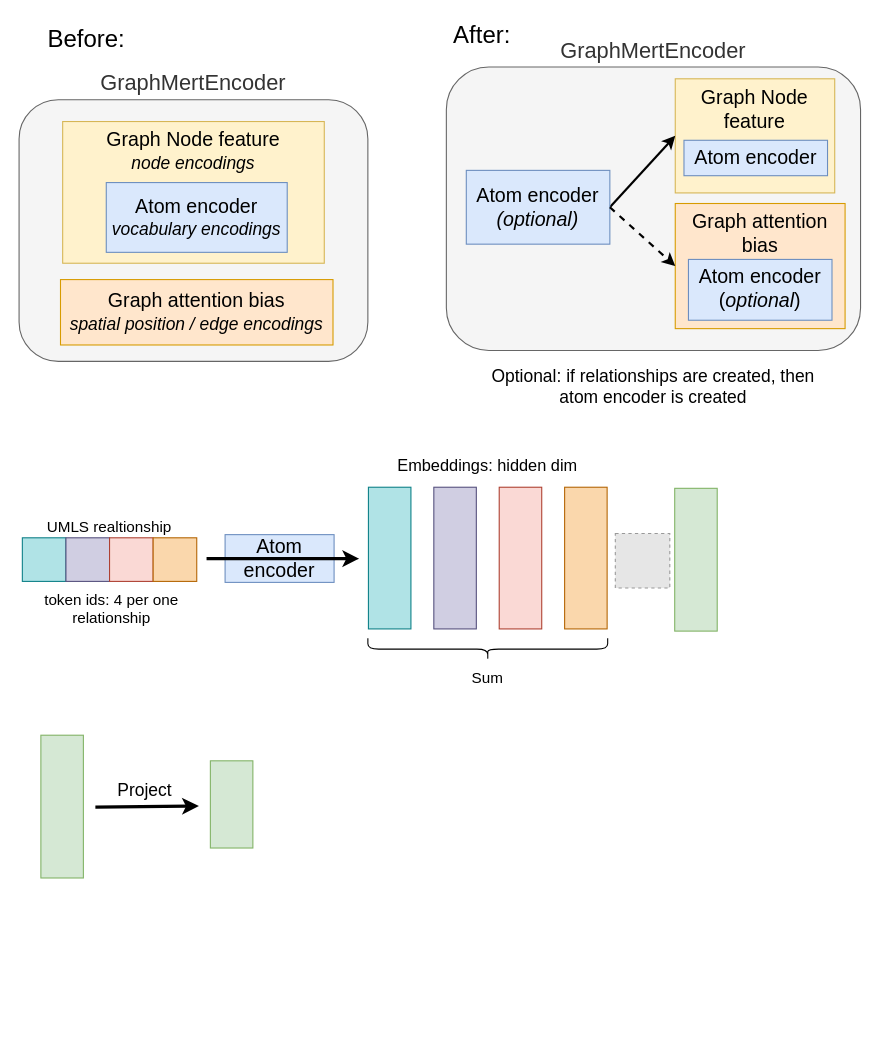
across-stars/draw.io keeps this draw.io diagram as page "Page-1" (1 of 2) of presentations/Untitled Diagram.drawio. Above is the earlier version. Source tidied: cells renumbered, new cells numbered last; positions are measured from the earlier drawing's top-left corner, leaving out a move shared by most shapes. Both pictures are drawn from the tidied source at 109%, with x=0, y=0 at pixel (-10, 19). Pictures stored in the file or linked from it are replaced by grey dashed boxes.
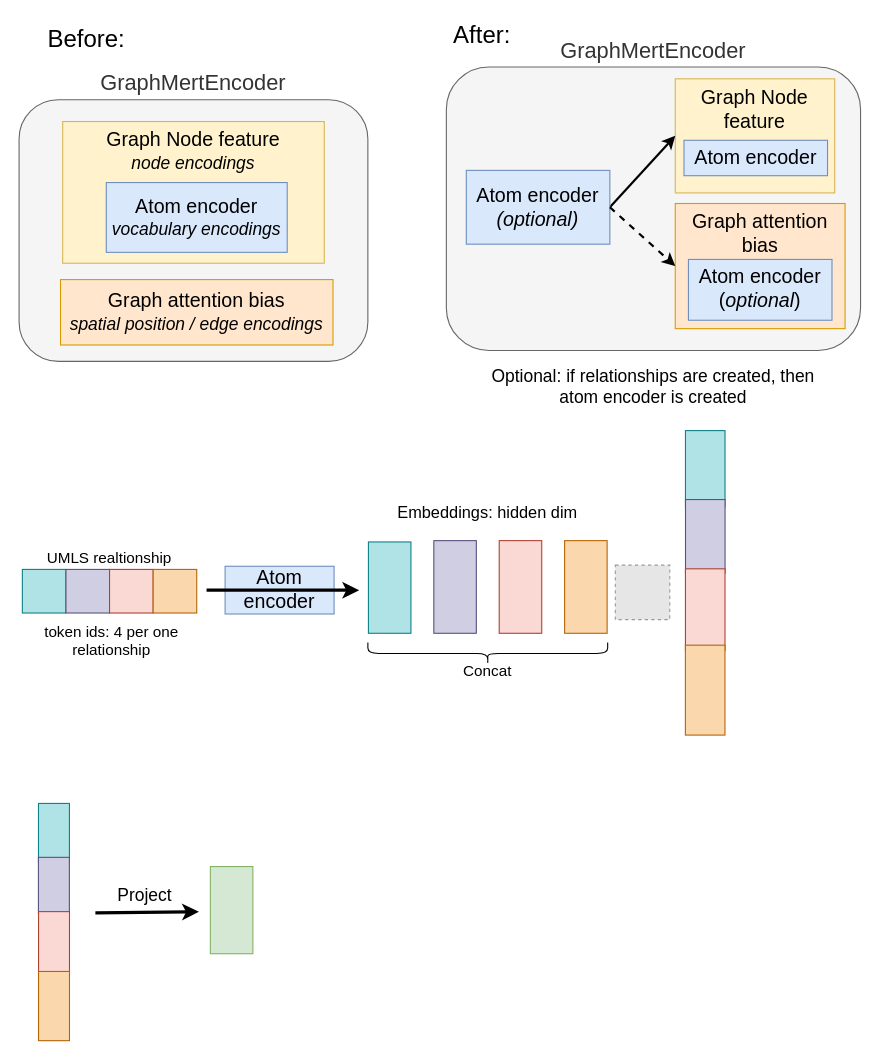
After the change.

The edit, as a diff of the source:
```diff
@@
     <mxCell id="17" style="rounded=0;whiteSpace=wrap;html=1;rotation=-90;fillColor=#b0e3e6;strokeColor=#0e8088;" parent="1" vertex="1">
-      <mxGeometry x="301" y="475" width="130" height="39" as="geometry" />
+      <mxGeometry x="324.1" y="502.1" width="83.8" height="39" as="geometry" />
     </mxCell>
     <mxCell id="18" style="rounded=0;whiteSpace=wrap;html=1;rotation=-90;fillColor=#d0cee2;strokeColor=#56517e;" parent="1" vertex="1">
-      <mxGeometry x="361" y="475" width="130" height="39" as="geometry" />
+      <mxGeometry x="383.5" y="501.5" width="85" height="39" as="geometry" />
     </mxCell>
     <mxCell id="19" style="rounded=0;whiteSpace=wrap;html=1;rotation=-90;fillColor=#fad9d5;strokeColor=#ae4132;" parent="1" vertex="1">
-      <mxGeometry x="421" y="475" width="130" height="39" as="geometry" />
+      <mxGeometry x="443.5" y="501.5" width="85" height="39" as="geometry" />
     </mxCell>
     <mxCell id="20" style="rounded=0;whiteSpace=wrap;html=1;rotation=-90;fillColor=#fad7ac;strokeColor=#b46504;" parent="1" vertex="1">
-      <mxGeometry x="481" y="475" width="130" height="39" as="geometry" />
+      <mxGeometry x="503.5" y="501.5" width="85" height="39" as="geometry" />
     </mxCell>
     <mxCell id="21" value="&lt;font style=&quot;font-size: 18px;&quot;&gt;Atom encoder&lt;/font&gt;" style="rounded=0;whiteSpace=wrap;html=1;fillColor=#dae8fc;strokeColor=#6c8ebf;" parent="1" vertex="1">
-      <mxGeometry x="215" y="473" width="100" height="43.8" as="geometry" />
+      <mxGeometry x="215" y="502" width="100" height="43.8" as="geometry" />
     </mxCell>
     <mxCell id="22" style="endArrow=classic;html=1;rounded=0;strokeWidth=3;" parent="1" edge="1">
       <mxGeometry relative="1" as="geometry">
-        <mxPoint x="198" y="495" as="sourcePoint" />
-        <mxPoint x="338" y="495" as="targetPoint" />
+        <mxPoint x="198" y="524" as="sourcePoint" />
+        <mxPoint x="338" y="524" as="targetPoint" />
       </mxGeometry>
     </mxCell>
     <mxCell id="23" value="&lt;font style=&quot;font-size: 15px;&quot;&gt;Embeddings: hidden dim&lt;/font&gt;" style="text;html=1;align=center;verticalAlign=middle;whiteSpace=wrap;rounded=0;" parent="1" vertex="1">
-      <mxGeometry x="366" y="394" width="180" height="30" as="geometry" />
+      <mxGeometry x="366" y="437" width="180" height="30" as="geometry" />
     </mxCell>
     <mxCell id="24" style="shape=curlyBracket;whiteSpace=wrap;html=1;rounded=1;labelPosition=center;verticalLabelPosition=bottom;align=center;verticalAlign=top;rotation=-90;" parent="1" vertex="1">
-      <mxGeometry x="446" y="468" width="20" height="220" as="geometry" />
+      <mxGeometry x="446" y="472" width="20" height="220" as="geometry" />
     </mxCell>
-    <mxCell id="25" value="&lt;font style=&quot;font-size: 14px;&quot;&gt;Sum&lt;/font&gt;" style="text;html=1;align=center;verticalAlign=middle;whiteSpace=wrap;rounded=0;" parent="1" vertex="1">
-      <mxGeometry x="426" y="590" width="60" height="30" as="geometry" />
+    <mxCell id="25" value="&lt;font style=&quot;font-size: 14px;&quot;&gt;Concat&lt;/font&gt;" style="text;html=1;align=center;verticalAlign=middle;whiteSpace=wrap;rounded=0;" parent="1" vertex="1">
+      <mxGeometry x="426" y="583" width="60" height="30" as="geometry" />
     </mxCell>
-    <mxCell id="26" style="rounded=0;whiteSpace=wrap;html=1;rotation=-90;fillColor=#d5e8d4;strokeColor=#82b366;" parent="1" vertex="1">
-      <mxGeometry x="581.5" y="476.5" width="131" height="39" as="geometry" />
-    </mxCell>
     <mxCell id="27" style="fillColor=#E6E6E6;strokeColor=#999999;dashed=1;html=1;verticalAlign=top;verticalLabelPosition=bottom;labelBackgroundColor=#ffffff;" parent="1" vertex="1">
-      <mxGeometry x="573" y="472" width="50" height="50" as="geometry" />
+      <mxGeometry x="573" y="501" width="50" height="50" as="geometry" />
     </mxCell>
     <mxCell id="28" style="rounded=0;whiteSpace=wrap;html=1;rotation=-90;fillColor=#d5e8d4;strokeColor=#82b366;" parent="1" vertex="1">
-      <mxGeometry x="181" y="701" width="80" height="39" as="geometry" />
+      <mxGeometry x="181" y="798" width="80" height="39" as="geometry" />
     </mxCell>
     <mxCell id="29" style="endArrow=classic;html=1;rounded=0;strokeWidth=3;" parent="1" edge="1">
       <mxGeometry relative="1" as="geometry">
-        <mxPoint x="96" y="723" as="sourcePoint" />
-        <mxPoint x="191" y="722" as="targetPoint" />
+        <mxPoint x="96" y="820" as="sourcePoint" />
+        <mxPoint x="191" y="819" as="targetPoint" />
       </mxGeometry>
     </mxCell>
@@
-    <mxCell id="31" style="rounded=0;whiteSpace=wrap;html=1;rotation=-90;fillColor=#d5e8d4;strokeColor=#82b366;" parent="1" vertex="1">
-      <mxGeometry y="703" width="131" height="39" as="geometry" />
-    </mxCell>
     <mxCell id="32" style="group;" parent="1" vertex="1">
-      <mxGeometry x="26" y="475.9" width="170" height="80" as="geometry" />
+      <mxGeometry x="26" y="504.9" width="170" height="80" as="geometry" />
     </mxCell>
@@
+    <mxCell id="41" style="group;" parent="1" vertex="1">
+      <mxGeometry x="636" y="380" width="39" height="274" as="geometry" />
+    </mxCell>
+    <mxCell id="42" style="rounded=0;whiteSpace=wrap;html=1;rotation=-90;fillColor=#b0e3e6;strokeColor=#0e8088;" parent="41" vertex="1">
+      <mxGeometry x="-15.5" y="14.4" width="70" height="36.3" as="geometry" />
+    </mxCell>
+    <mxCell id="43" style="rounded=0;whiteSpace=wrap;html=1;rotation=-90;fillColor=#d0cee2;strokeColor=#56517e;" parent="41" vertex="1">
+      <mxGeometry x="-14.2" y="76.4" width="67.5" height="36.3" as="geometry" />
+    </mxCell>
+    <mxCell id="44" style="rounded=0;whiteSpace=wrap;html=1;rotation=-90;fillColor=#fad9d5;strokeColor=#ae4132;" parent="41" vertex="1">
+      <mxGeometry x="-18" y="143.7" width="75" height="36.3" as="geometry" />
+    </mxCell>
+    <mxCell id="45" style="rounded=0;whiteSpace=wrap;html=1;rotation=-90;fillColor=#fad7ac;strokeColor=#b46504;" parent="41" vertex="1">
+      <mxGeometry x="-21.8" y="217.5" width="82.5" height="36.3" as="geometry" />
+    </mxCell>
+    <mxCell id="46" style="group;" parent="1" vertex="1">
+      <mxGeometry x="43" y="721" width="30" height="214.5" as="geometry" />
+    </mxCell>
+    <mxCell id="47" style="rounded=0;whiteSpace=wrap;html=1;rotation=-90;fillColor=#b0e3e6;strokeColor=#0e8088;" parent="46" vertex="1">
+      <mxGeometry x="-11.9" y="11.3" width="53.8" height="28.4" as="geometry" />
+    </mxCell>
+    <mxCell id="48" style="rounded=0;whiteSpace=wrap;html=1;rotation=-90;fillColor=#d0cee2;strokeColor=#56517e;" parent="46" vertex="1">
+      <mxGeometry x="-11" y="59.8" width="51.9" height="28.4" as="geometry" />
+    </mxCell>
+    <mxCell id="49" style="rounded=0;whiteSpace=wrap;html=1;rotation=-90;fillColor=#fad9d5;strokeColor=#ae4132;" parent="46" vertex="1">
+      <mxGeometry x="-13.8" y="112.5" width="57.7" height="28.4" as="geometry" />
+    </mxCell>
+    <mxCell id="50" style="rounded=0;whiteSpace=wrap;html=1;rotation=-90;fillColor=#fad7ac;strokeColor=#b46504;" parent="46" vertex="1">
+      <mxGeometry x="-16.7" y="170.3" width="63.5" height="28.4" as="geometry" />
+    </mxCell>
```
